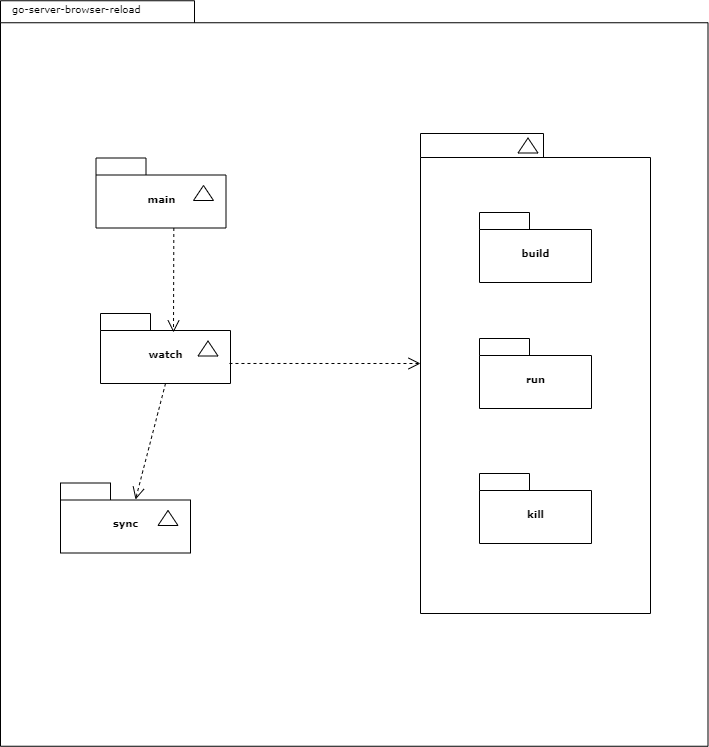
Before: go-server-browser-reload.png, a diagram exported from draw.io (AlexanderBrese/gomon). Source tidied: cells renumbered, new cells last; positions are measured from the earlier drawing's top-left corner, leaving out a move shared by most shapes.
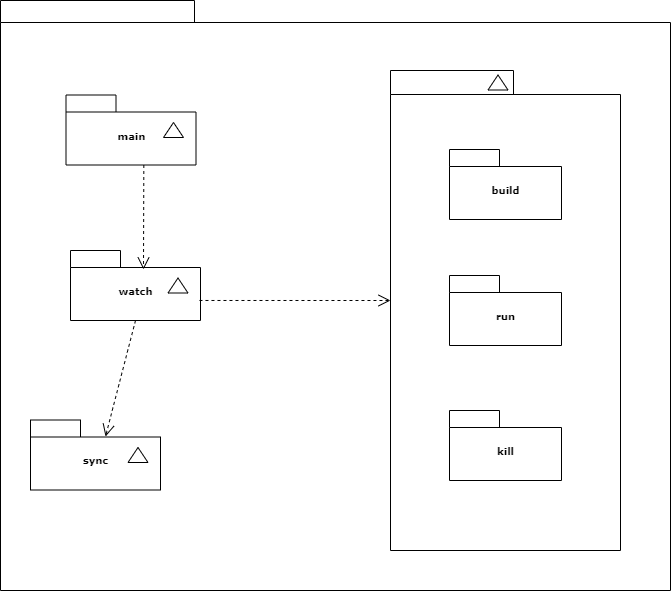
After the commit.

Diff of the diagram source:
```diff
@@ -3,7 +3,7 @@
     <mxCell id="0" />
     <mxCell id="1" parent="0" />
     <mxCell id="2" style="shape=folder;fontStyle=1;spacingTop=10;tabWidth=194;tabHeight=22;tabPosition=left;html=1;rounded=0;shadow=0;comic=0;labelBackgroundColor=none;strokeWidth=1;fillColor=none;fontFamily=Verdana;fontSize=10;align=center;" parent="1" vertex="1">
-      <mxGeometry y="0.2" width="707.5" height="745.5" as="geometry" />
+      <mxGeometry x="30" y="63" width="670" height="590" as="geometry" />
     </mxCell>
     <mxCell id="3" style="group;" parent="1" vertex="1">
       <mxGeometry x="95.5" y="157.5" width="130" height="70" as="geometry" />
@@ -66,8 +66,5 @@
         <mxPoint x="420" y="363" as="targetPoint" />
       </mxGeometry>
     </mxCell>
-    <mxCell id="22" value="go-server-browser-reload" style="text;html=1;align=left;verticalAlign=top;spacingTop=-4;fontSize=10;fontFamily=Verdana;" parent="1" vertex="1">
-      <mxGeometry x="10" y="0.2" width="130" height="20" as="geometry" />
-    </mxCell>
   </root>
 </mxGraphModel>
```
